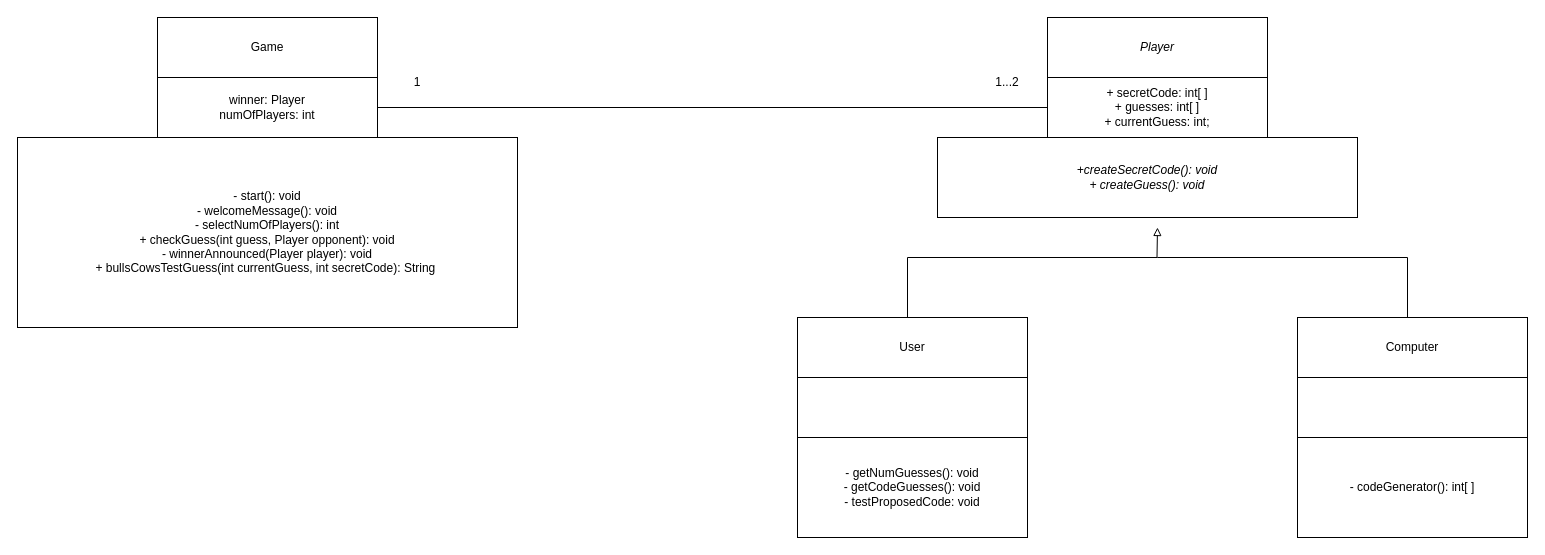
ben-porteous/CompSci718-Miscellaneous keeps this draw.io diagram as Assignment2-UML.drawio. Above is the earlier version. Source tidied: cells renumbered, new cells numbered last; positions are measured from the earlier drawing's top-left corner, leaving out a move shared by most shapes. Both pictures are drawn from the tidied source at 100%, with x=0, y=0 at pixel (17, 17).
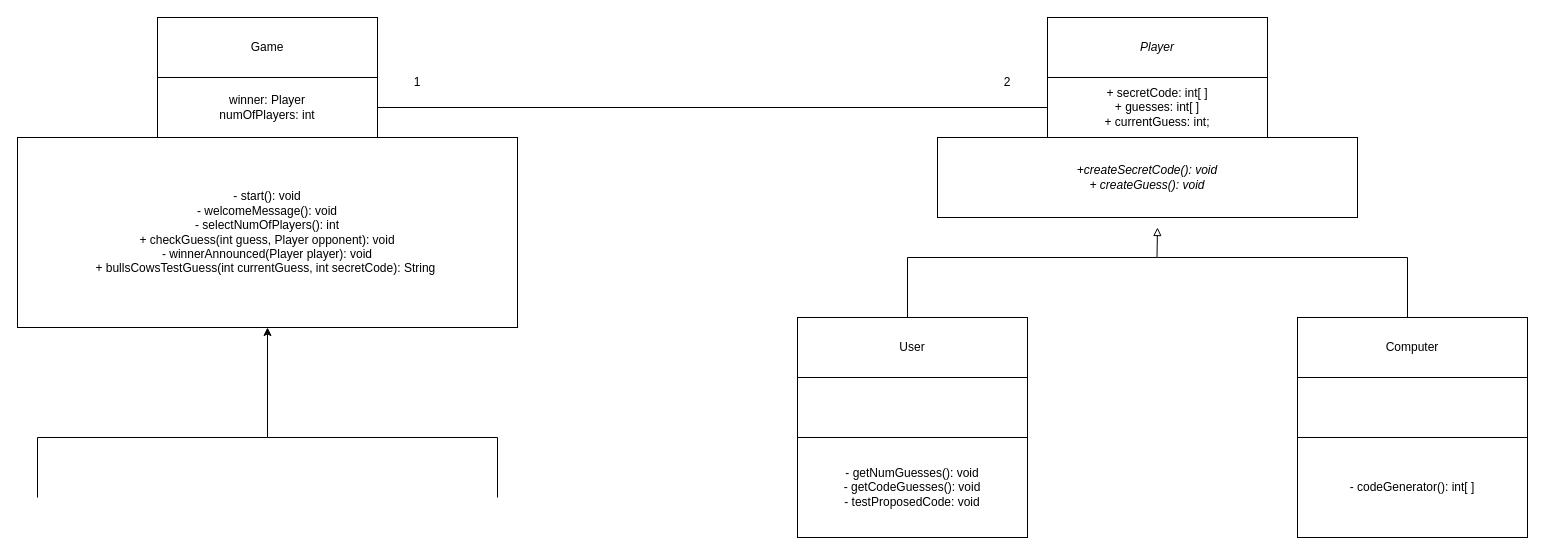
The same page after the edit.

The change refers to these unchanged cells:
```xml
<mxCell id="19" value="- start(): void&lt;div&gt;-&amp;nbsp;welcomeMessage(): void&lt;/div&gt;&lt;div&gt;- selectNumOfPlayers(): int&lt;/div&gt;&lt;div&gt;+ checkGuess(int guess, Player opponent): void&lt;br&gt;&lt;div&gt;- winnerAnnounced(Player player): void&lt;br&gt;&lt;/div&gt;&lt;/div&gt;&lt;div&gt;+ bullsCowsTestGuess(int currentGuess, int secretCode): String&amp;nbsp;&lt;/div&gt;" style="rounded=0;whiteSpace=wrap;html=1;" parent="1" vertex="1">
  <mxGeometry y="120" width="500" height="190" as="geometry" />
</mxCell>
```

What changed in the source:
```diff
@@
-    <mxCell id="21" value="1...2" style="text;html=1;align=center;verticalAlign=middle;whiteSpace=wrap;rounded=0;" parent="1" vertex="1">
+    <mxCell id="21" value="2" style="text;html=1;align=center;verticalAlign=middle;whiteSpace=wrap;rounded=0;" parent="1" vertex="1">
       <mxGeometry x="960" y="50" width="60" height="30" as="geometry" />
     </mxCell>
+    <mxCell id="22" style="endArrow=classic;html=1;rounded=0;entryX=0.5;entryY=1;entryDx=0;entryDy=0;" parent="1" edge="1" target="19">
+      <mxGeometry relative="1" as="geometry">
+        <mxPoint x="20" y="420" as="sourcePoint" />
+        <Array as="points">
+          <mxPoint x="250" y="420" />
+        </Array>
+      </mxGeometry>
+    </mxCell>
+    <mxCell id="23" style="endArrow=none;html=1;rounded=0;" parent="1" edge="1">
+      <mxGeometry relative="1" as="geometry">
+        <mxPoint x="480" y="420" as="sourcePoint" />
+        <mxPoint x="250" y="420" as="targetPoint" />
+      </mxGeometry>
+    </mxCell>
+    <mxCell id="24" style="endArrow=none;html=1;rounded=0;" parent="1" edge="1">
+      <mxGeometry relative="1" as="geometry">
+        <mxPoint x="480" y="480" as="sourcePoint" />
+        <mxPoint x="480" y="420" as="targetPoint" />
+      </mxGeometry>
+    </mxCell>
+    <mxCell id="25" style="endArrow=none;html=1;rounded=0;" parent="1" edge="1">
+      <mxGeometry relative="1" as="geometry">
+        <mxPoint x="20" y="480" as="sourcePoint" />
+        <mxPoint x="20" y="420" as="targetPoint" />
+      </mxGeometry>
+    </mxCell>
```
